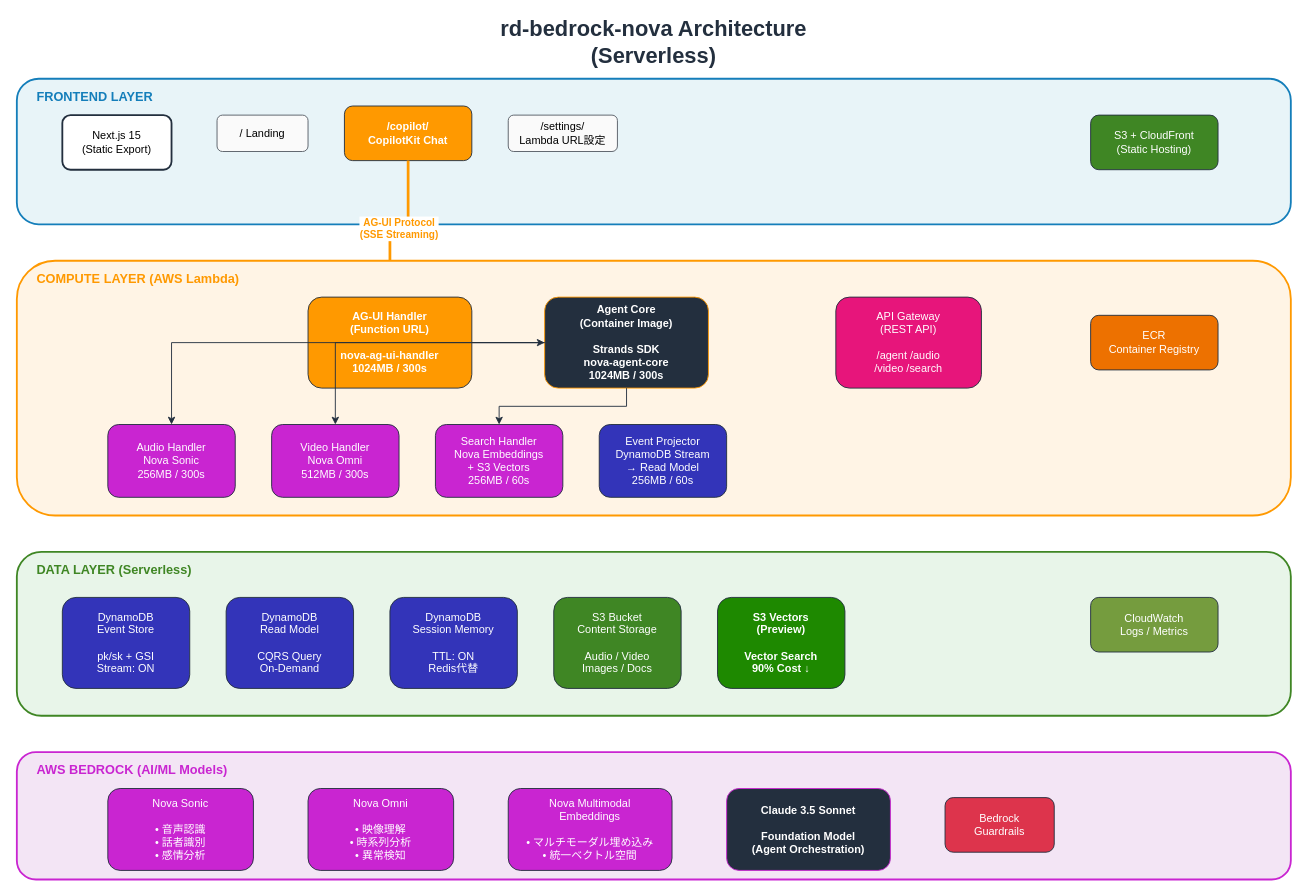
Above: docs/architecture.drawio in aezisai-inc/rd-bedrock-nova (draw.io), before the change. Source tidied: cells renumbered, new cells numbered last; positions are measured from the earlier drawing's top-left corner, leaving out a move shared by most shapes. Both pictures are drawn from the tidied source at 91%, with x=0, y=0 at pixel (16, 24).
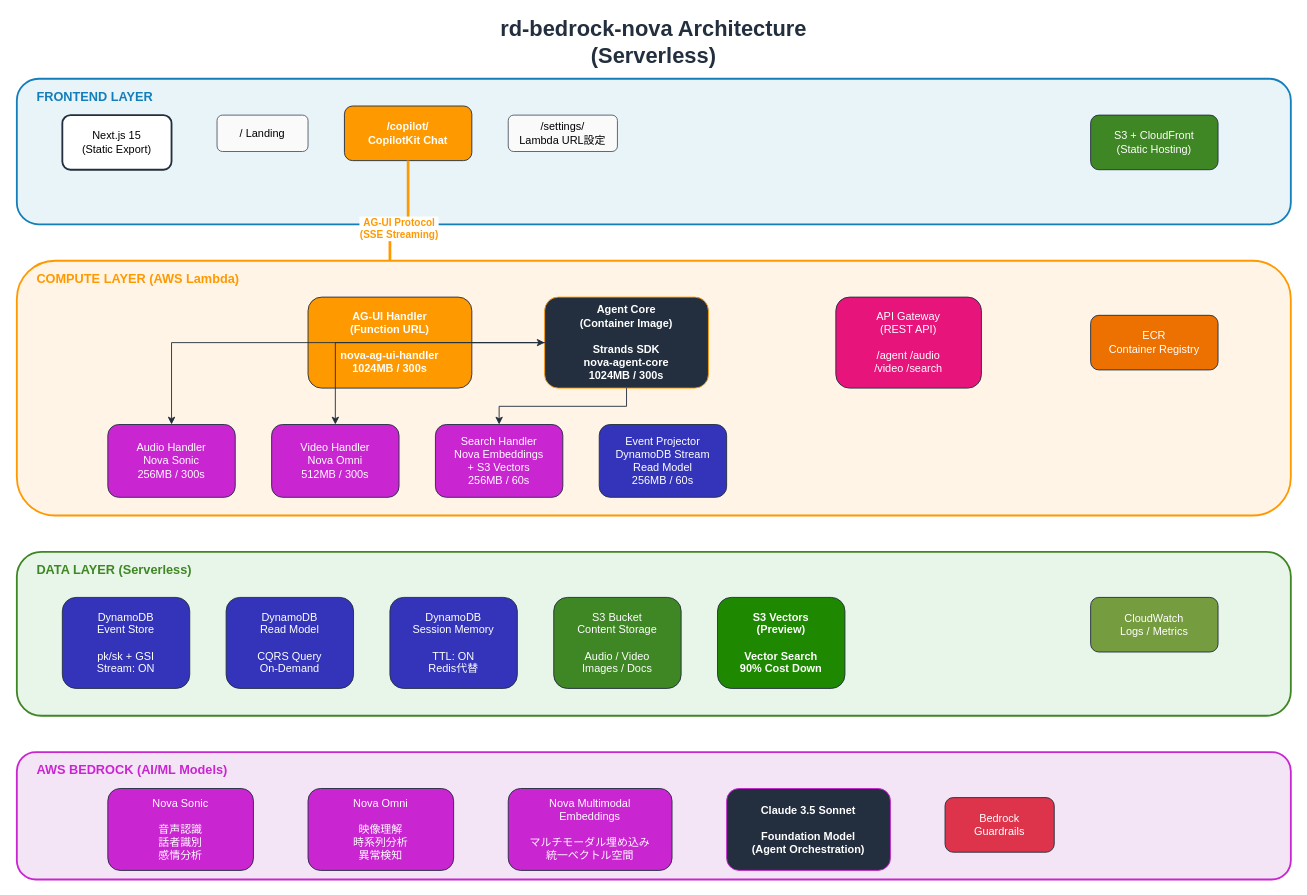
The same diagram, later.

Change to the diagram source:
```diff
@@
-    <mxCell id="18" value="Event Projector&#10;DynamoDB Stream&#10;→ Read Model&#10;256MB / 60s" style="rounded=1;whiteSpace=wrap;html=1;fillColor=#3334B9;strokeColor=#232F3E;fontColor=#FFFFFF;" parent="1" vertex="1">
+    <mxCell id="18" value="Event Projector&#10;DynamoDB Stream&#10;Read Model&#10;256MB / 60s" style="rounded=1;whiteSpace=wrap;html=1;fillColor=#3334B9;strokeColor=#232F3E;fontColor=#FFFFFF;" parent="1" vertex="1">
       <mxGeometry x="640" y="440" width="140" height="80" as="geometry" />
     </mxCell>
@@
-    <mxCell id="27" value="S3 Vectors&#10;(Preview)&#10;&#10;Vector Search&#10;90% Cost ↓" style="rounded=1;whiteSpace=wrap;html=1;fillColor=#1E8900;strokeColor=#232F3E;fontColor=#FFFFFF;fontStyle=1;" parent="1" vertex="1">
+    <mxCell id="27" value="S3 Vectors&#10;(Preview)&#10;&#10;Vector Search&#10;90% Cost Down" style="rounded=1;whiteSpace=wrap;html=1;fillColor=#1E8900;strokeColor=#232F3E;fontColor=#FFFFFF;fontStyle=1;" parent="1" vertex="1">
       <mxGeometry x="770" y="630" width="140" height="100" as="geometry" />
     </mxCell>
@@
-    <mxCell id="31" value="Nova Sonic&#10;&#10;• 音声認識&#10;• 話者識別&#10;• 感情分析" style="rounded=1;whiteSpace=wrap;html=1;fillColor=#C925D1;strokeColor=#232F3E;fontColor=#FFFFFF;" parent="1" vertex="1">
+    <mxCell id="31" value="Nova Sonic&#10;&#10;音声認識&#10;話者識別&#10;感情分析" style="rounded=1;whiteSpace=wrap;html=1;fillColor=#C925D1;strokeColor=#232F3E;fontColor=#FFFFFF;" parent="1" vertex="1">
       <mxGeometry x="100" y="840" width="160" height="90" as="geometry" />
     </mxCell>
-    <mxCell id="32" value="Nova Omni&#10;&#10;• 映像理解&#10;• 時系列分析&#10;• 異常検知" style="rounded=1;whiteSpace=wrap;html=1;fillColor=#C925D1;strokeColor=#232F3E;fontColor=#FFFFFF;" parent="1" vertex="1">
+    <mxCell id="32" value="Nova Omni&#10;&#10;映像理解&#10;時系列分析&#10;異常検知" style="rounded=1;whiteSpace=wrap;html=1;fillColor=#C925D1;strokeColor=#232F3E;fontColor=#FFFFFF;" parent="1" vertex="1">
       <mxGeometry x="320" y="840" width="160" height="90" as="geometry" />
     </mxCell>
-    <mxCell id="33" value="Nova Multimodal&#10;Embeddings&#10;&#10;• マルチモーダル埋め込み&#10;• 統一ベクトル空間" style="rounded=1;whiteSpace=wrap;html=1;fillColor=#C925D1;strokeColor=#232F3E;fontColor=#FFFFFF;" parent="1" vertex="1">
+    <mxCell id="33" value="Nova Multimodal&#10;Embeddings&#10;&#10;マルチモーダル埋め込み&#10;統一ベクトル空間" style="rounded=1;whiteSpace=wrap;html=1;fillColor=#C925D1;strokeColor=#232F3E;fontColor=#FFFFFF;" parent="1" vertex="1">
       <mxGeometry x="540" y="840" width="180" height="90" as="geometry" />
     </mxCell>
```
